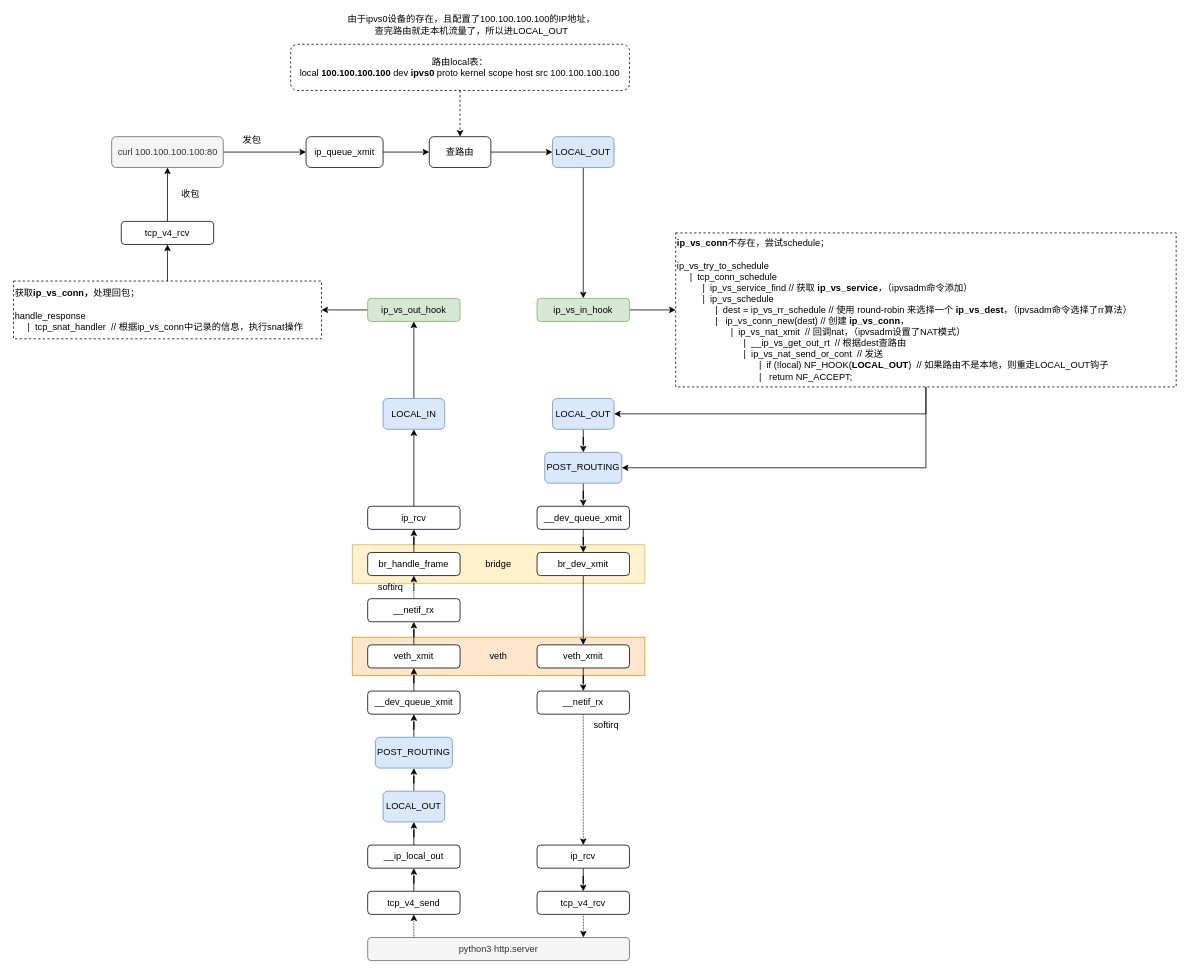
Earlier version of the draw.io diagram page "ipvs-test-skbpath" (3 of 3) of loadbalance.drawio (Richard-Joe/draw-io). Source tidied: cells renumbered, new cells numbered last; positions are measured from the earlier drawing's top-left corner, leaving out a move shared by most shapes. Both pictures are drawn from the tidied source at 77%, with x=0, y=0 at pixel (13, 13).
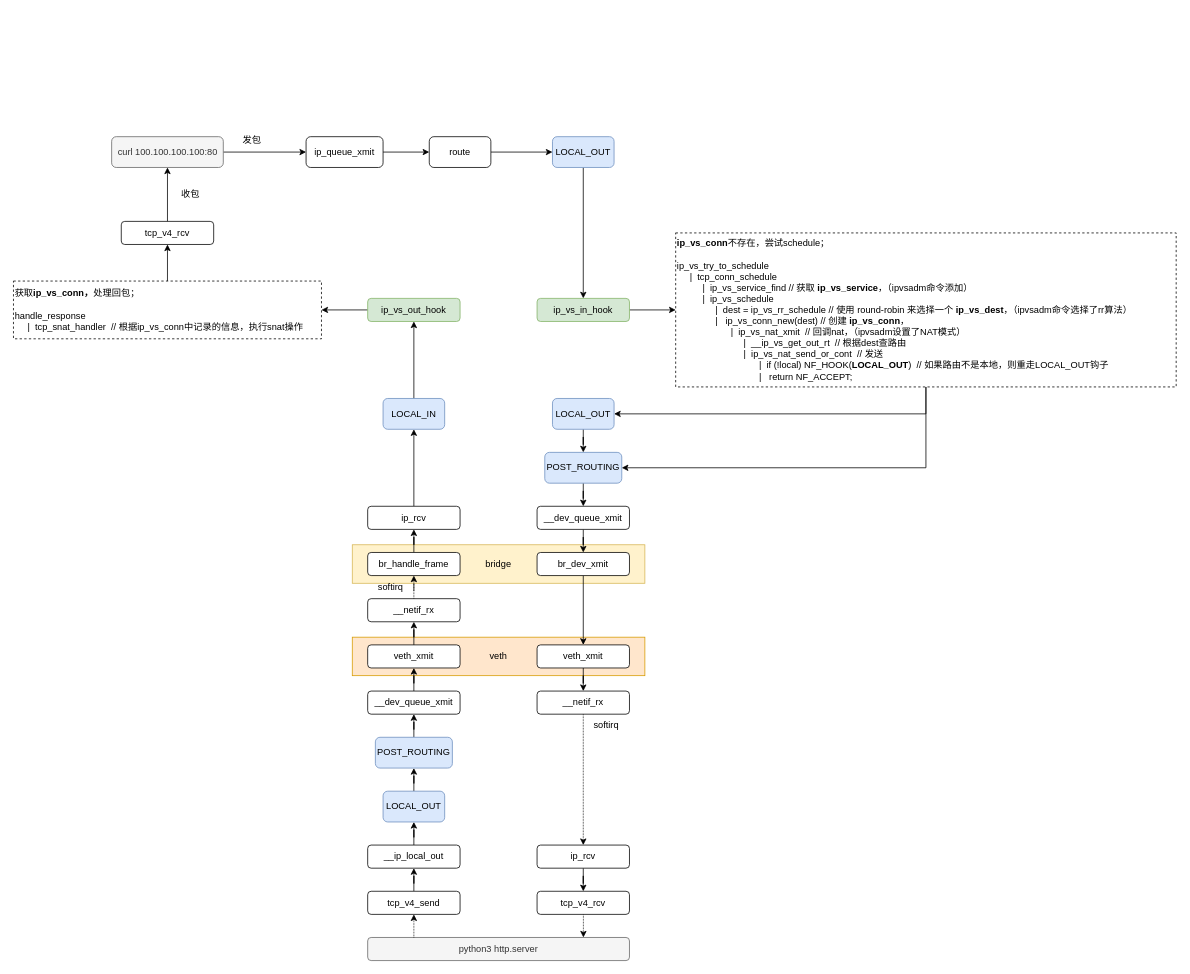
The same page after the edit.

Change to the diagram source:
```diff
@@
-    <mxCell id="9" value="查路由" style="rounded=1;whiteSpace=wrap;html=1;" parent="1" vertex="1">
+    <mxCell id="9" value="route" style="rounded=1;whiteSpace=wrap;html=1;" parent="1" vertex="1">
       <mxGeometry x="540" y="160" width="80" height="40" as="geometry" />
     </mxCell>
@@
-    <mxCell id="12" value="由于ipvs0设备的存在，且配置了100.100.100.100的IP地址，查完路由就走本机流量了，所以进LOCAL_OUT" style="text;html=1;strokeColor=none;fillColor=none;align=center;verticalAlign=middle;whiteSpace=wrap;rounded=0;" parent="1" vertex="1">
-      <mxGeometry x="430" width="330" height="30" as="geometry" />
-    </mxCell>
-    <mxCell id="13" value="路由local表：&lt;br&gt;local &lt;b&gt;100.100.100.100&lt;/b&gt; dev &lt;b&gt;ipvs0 &lt;/b&gt;proto kernel scope host src 100.100.100.100" style="rounded=1;whiteSpace=wrap;html=1;dashed=1;" parent="1" vertex="1">
-      <mxGeometry x="360" y="40" width="440" height="60" as="geometry" />
-    </mxCell>
-    <mxCell id="14" style="endArrow=classic;html=1;rounded=0;exitX=0.5;exitY=1;exitDx=0;exitDy=0;entryX=0.5;entryY=0;entryDx=0;entryDy=0;dashed=1;" parent="1" edge="1" source="13" target="9">
-      <mxGeometry relative="1" as="geometry" />
-    </mxCell>
```
